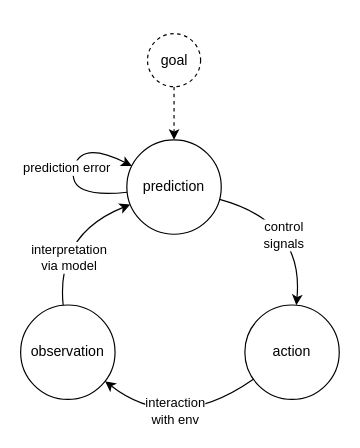
This is page "inherently-convergent" (7 of 13) of files/Paper-on-Loops-in-AI-and-Consciousness-2.drawio from malcolmlett/malcolmlett.github.io, a draw.io file, before an edit. Source tidied: cells renumbered, new cells numbered last; positions are measured from the earlier drawing's top-left corner, leaving out a move shared by most shapes. Both pictures are drawn from the tidied source at 118%, with x=0, y=0 at pixel (20, 33).
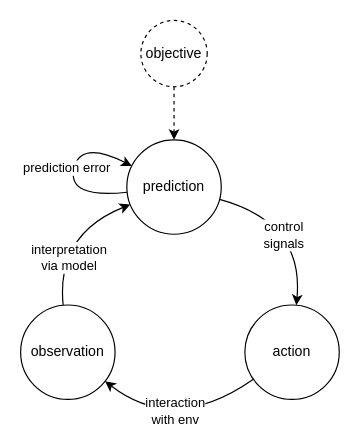
After the change.

The edit, as a diff of the source:
```diff
@@
-    <mxCell id="12" value="goal" style="ellipse;whiteSpace=wrap;html=1;dashed=1;" parent="1" vertex="1">
-      <mxGeometry x="107.5" width="45" height="45" as="geometry" />
+    <mxCell id="12" value="objective" style="ellipse;whiteSpace=wrap;html=1;dashed=1;" parent="1" vertex="1">
+      <mxGeometry x="101.9" y="-11.2" width="56.2" height="56.2" as="geometry" />
     </mxCell>
```
